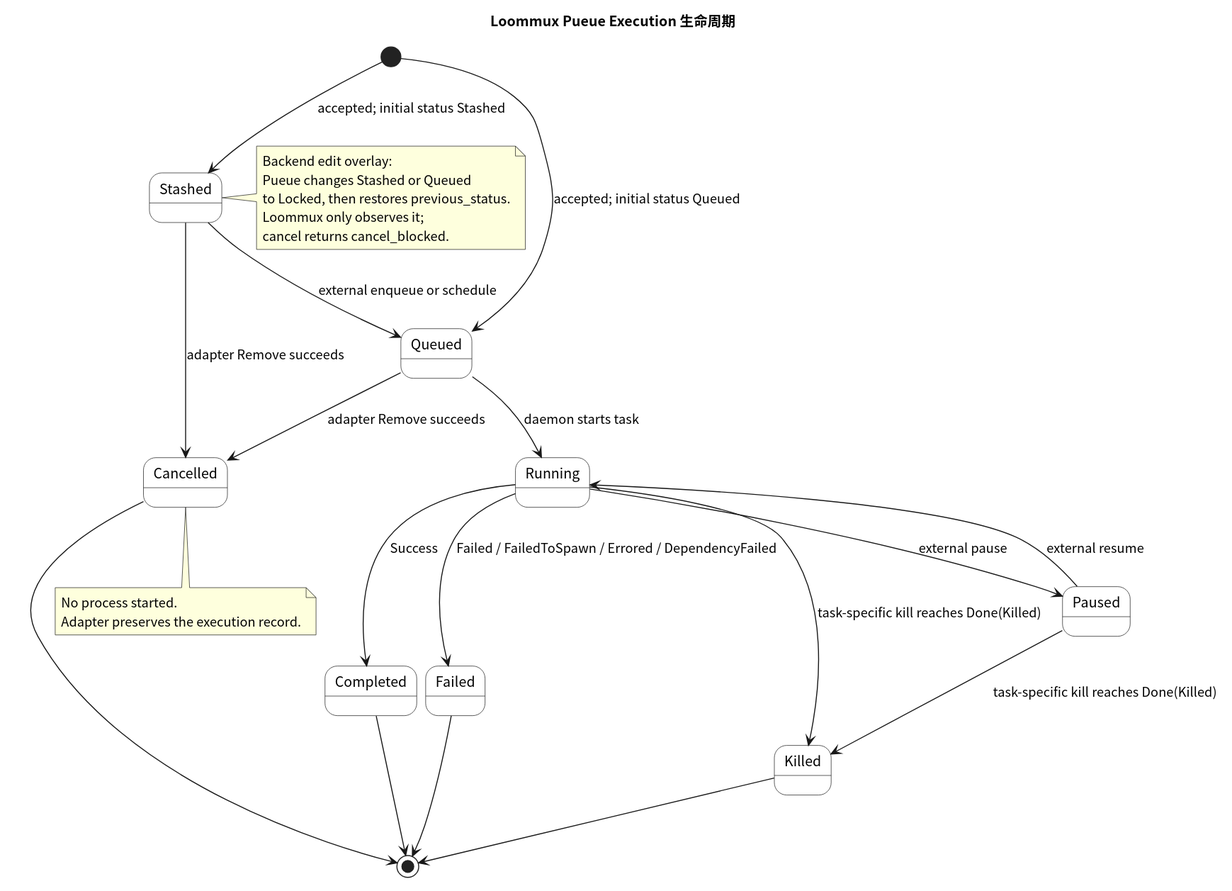
Above: docs/pueue-engine/images/execution-lifecycle.svg in MichengLiang/loommux (PlantUML), before the change.
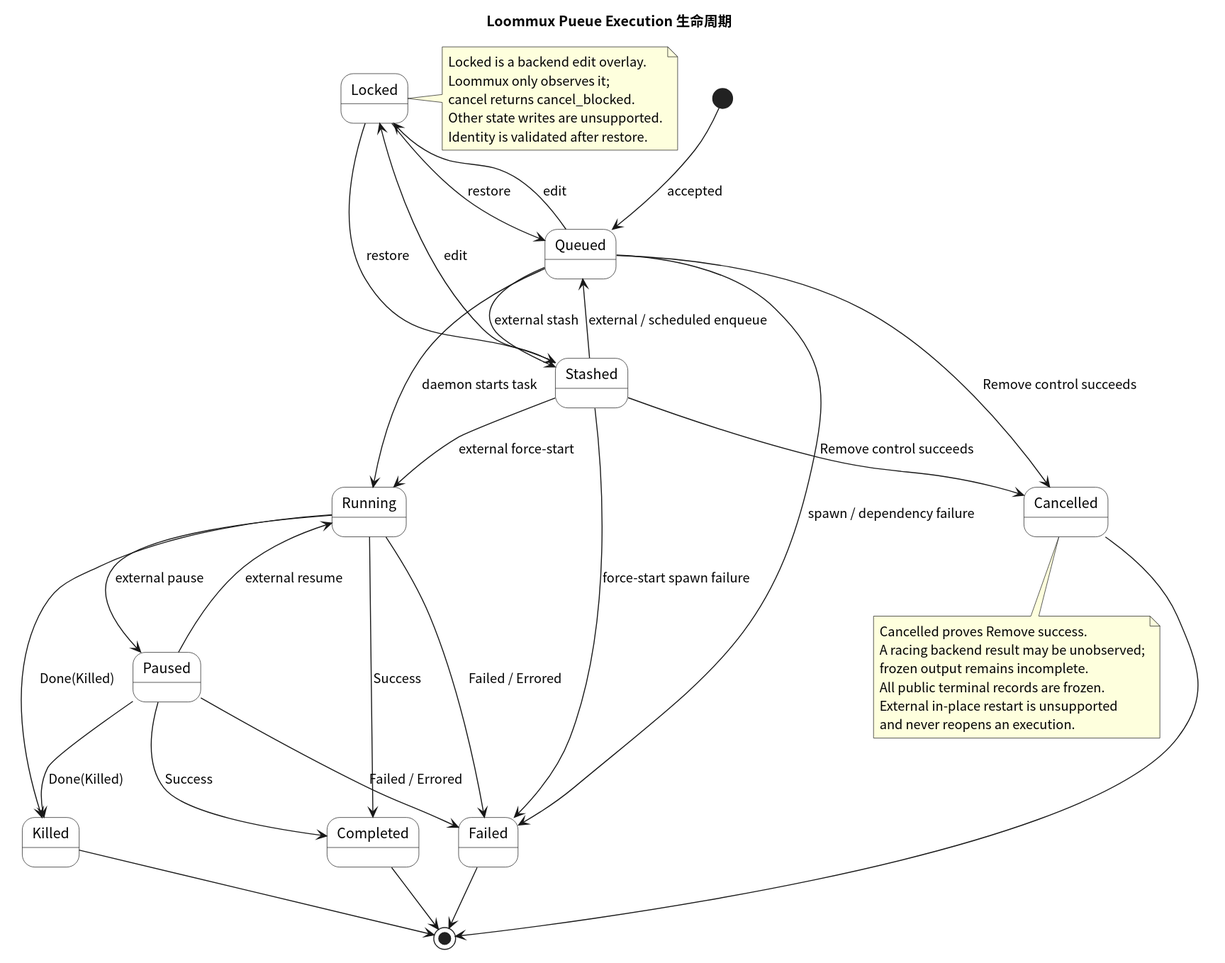
Above is the later version.

Commit message:
docs(pueue): align engine design with Pueue 4.0.4

The edit, as a diff of the source:
```diff
@@ -2,39 +2,53 @@
 skinparam defaultFontName "Noto Sans CJK SC"
 skinparam defaultMonospacedFontName "Noto Sans Mono CJK SC"
 title Loommux Pueue Execution 生命周期
+skinparam backgroundColor white
 skinparam shadowing false
 skinparam state {
   BackgroundColor white
 }
 
-[*] --> Stashed : accepted; initial status Stashed
-[*] --> Queued : accepted; initial status Queued
-Stashed --> Queued : external enqueue or schedule
+[*] --> Queued : accepted
+Queued --> Stashed : external stash
+Stashed --> Queued : external / scheduled enqueue
+Queued --> Locked : edit
+Stashed --> Locked : edit
+Locked --> Queued : restore
+Locked --> Stashed : restore
 Queued --> Running : daemon starts task
+Stashed --> Running : external force-start
 Running --> Paused : external pause
 Paused --> Running : external resume
+Queued --> Failed : spawn / dependency failure
+Stashed --> Failed : force-start spawn failure
 Running --> Completed : Success
-Running --> Failed : Failed / FailedToSpawn / Errored / DependencyFailed
-Running --> Killed : task-specific kill reaches Done(Killed)
-Paused --> Killed : task-specific kill reaches Done(Killed)
-Queued --> Cancelled : adapter Remove succeeds
-Stashed --> Cancelled : adapter Remove succeeds
+Running --> Failed : Failed / Errored
+Running --> Killed : Done(Killed)
+Paused --> Completed : Success
+Paused --> Failed : Failed / Errored
+Paused --> Killed : Done(Killed)
+Queued --> Cancelled : Remove control succeeds
+Stashed --> Cancelled : Remove control succeeds
 
 Completed --> [*]
 Failed --> [*]
 Killed --> [*]
 Cancelled --> [*]
 
-note right of Stashed
-  Backend edit overlay:
-  Pueue changes Stashed or Queued
-  to Locked, then restores previous_status.
+note right of Locked
+  Locked is a backend edit overlay.
   Loommux only observes it;
   cancel returns cancel_blocked.
+  Other state writes are unsupported.
+  Identity is validated after restore.
 end note
 
 note bottom of Cancelled
-  No process started.
-  Adapter preserves the execution record.
+  Cancelled proves Remove success.
+  A racing backend result may be unobserved;
+  frozen output remains incomplete.
+  All public terminal records are frozen.
+  External in-place restart is unsupported
+  and never reopens an execution.
 end note
 @enduml
```
